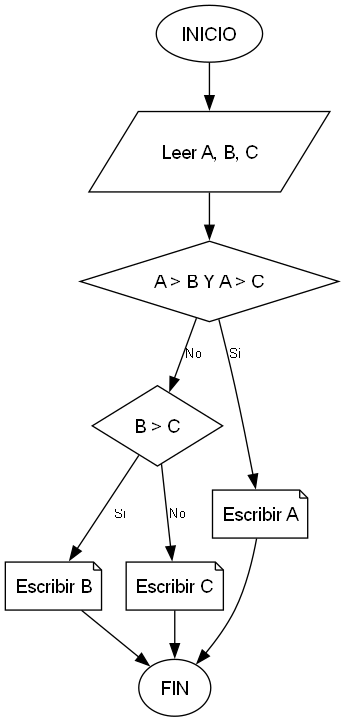
Above: Ejercicios/PS_2_13/Diagrama/PS_2_13.png in 23Leilany166/java-tutor-tics (Graphviz), before the change. Its source is kept beside it as Ejercicios/PS_2_13/Diagrama/PS_2_13.dot.
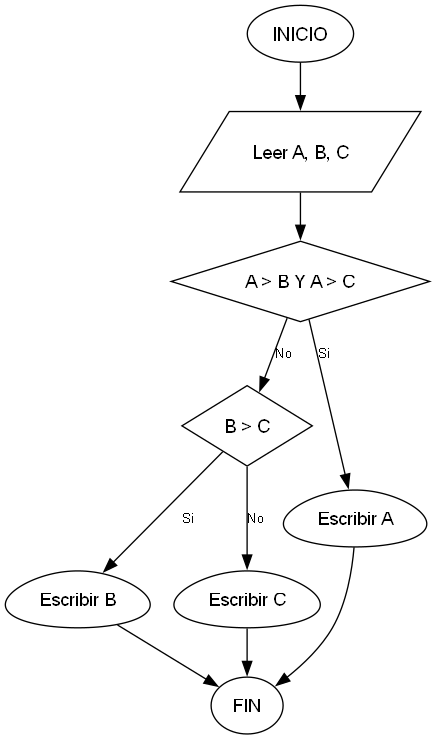
Above is the later version.

The edit, as a diff of the source:
```diff
@@ -7,9 +7,9 @@
     LEER_NUMS [shape=parallelogram, label="Leer A, B, C"];
     COND_A [shape=diamond, label="A > B Y A > C"];
     COND_B [shape=diamond, label="B > C"];
-    PRINT_A [shape=note, label="Escribir A"];
-    PRINT_B [shape=note, label="Escribir B"];
-    PRINT_C [shape=note, label="Escribir C"];
+    PRINT_A [shape=egg, label="Escribir A"];
+    PRINT_B [shape=egg, label="Escribir B"];
+    PRINT_C [shape=egg, label="Escribir C"];
     FIN [shape=ellipse, label="FIN"];
 
     INICIO -> LEER_NUMS -> COND_A;
```
